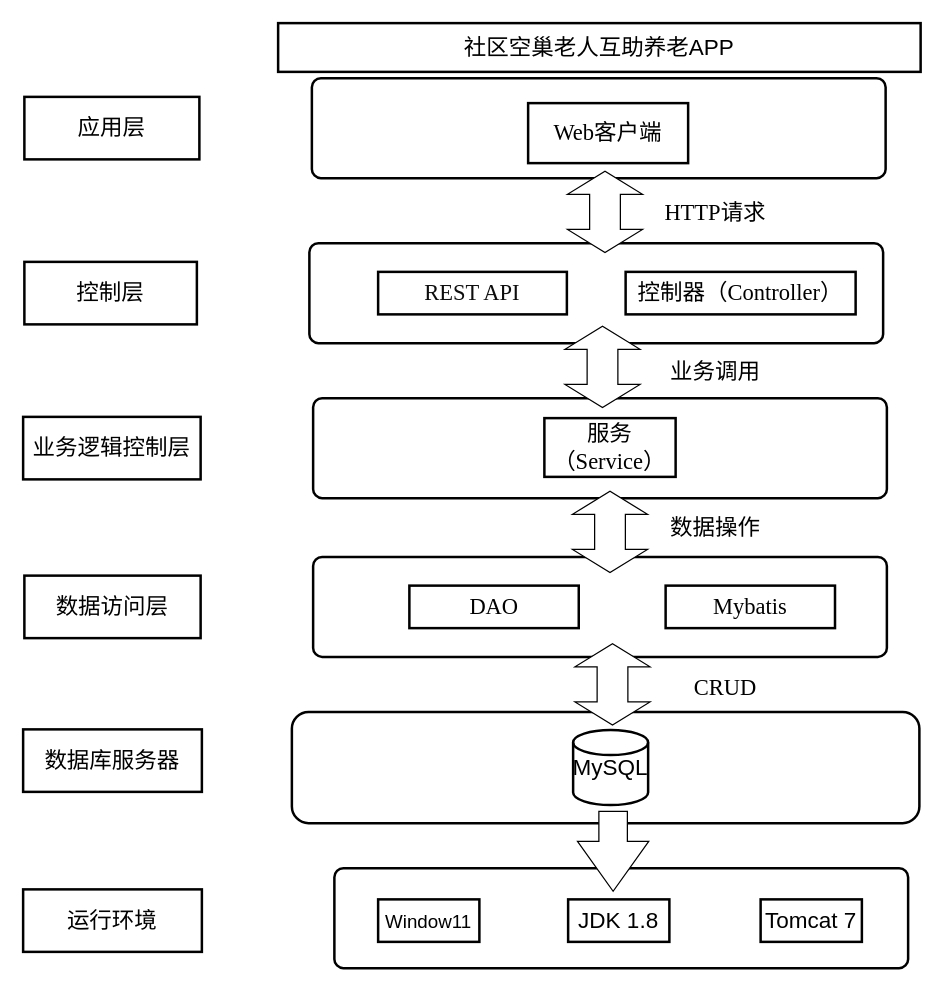
Misgzfg/3d-phone-album keeps this draw.io diagram as 未命名绘图.drawio. Above is the earlier version. Source tidied: cells renumbered, new cells numbered last; positions are measured from the earlier drawing's top-left corner, leaving out a move shared by most shapes. Both pictures are drawn from the tidied source at 125%, with x=0, y=0 at pixel (22, 22).
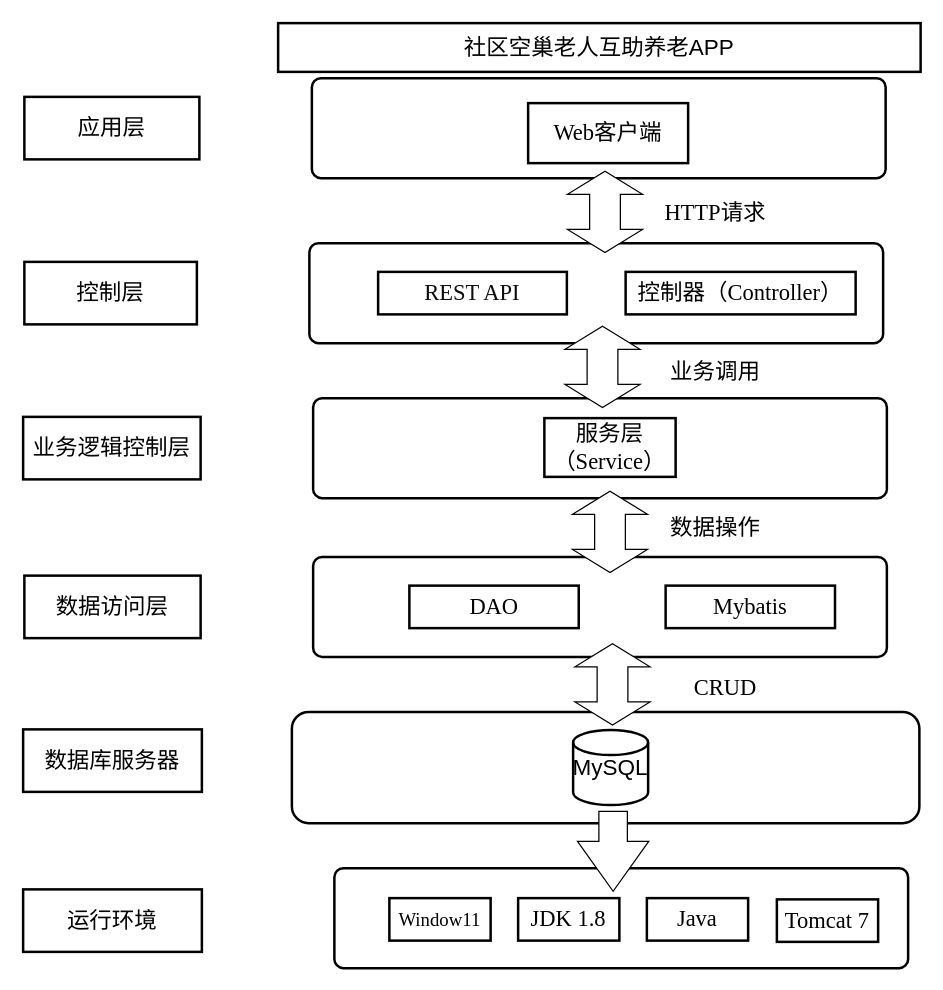
The same page after the edit.

Commit message:
系统框架图.drawio

Diff of the diagram source:
```diff
@@
-    <mxCell id="12" value="&lt;font face=&quot;宋体&quot; style=&quot;font-size: 18px;&quot;&gt;服务&lt;/font&gt;&lt;font style=&quot;font-size: 18px;&quot; face=&quot;Times New Roman&quot;&gt;（Service）&lt;/font&gt;" style="whiteSpace=wrap;html=1;strokeWidth=2;fillColor=swimlane;fontStyle=0;spacingTop=0;rounded=0;arcSize=9;fontFamily=Permanent Marker;hachureGap=8;fillWeight=1;strokeColor=default;" parent="1" vertex="1">
+    <mxCell id="12" value="&lt;font face=&quot;宋体&quot; style=&quot;font-size: 18px;&quot;&gt;服务层&lt;/font&gt;&lt;font style=&quot;font-size: 18px;&quot; face=&quot;Times New Roman&quot;&gt;（Service）&lt;/font&gt;" style="whiteSpace=wrap;html=1;strokeWidth=2;fillColor=swimlane;fontStyle=0;spacingTop=0;rounded=0;arcSize=9;fontFamily=Permanent Marker;hachureGap=8;fillWeight=1;strokeColor=default;" parent="1" vertex="1">
       <mxGeometry x="417" y="316" width="105" height="47" as="geometry" />
     </mxCell>
@@
-    <mxCell id="16" value="&lt;span style=&quot;font-weight: normal;&quot;&gt;&lt;font style=&quot;font-size: 15px;&quot;&gt;Window11&lt;/font&gt;&lt;/span&gt;" style="whiteSpace=wrap;html=1;strokeWidth=2;fillColor=swimlane;fontStyle=1;spacingTop=0;rounded=0;arcSize=9;fontFamily=Permanent Marker;hachureGap=8;fillWeight=1;" parent="1" vertex="1">
-      <mxGeometry x="284" y="701" width="81" height="34" as="geometry" />
+    <mxCell id="16" value="&lt;span style=&quot;font-weight: normal;&quot;&gt;&lt;font face=&quot;Times New Roman&quot; style=&quot;font-size: 15px;&quot;&gt;Window11&lt;/font&gt;&lt;/span&gt;" style="whiteSpace=wrap;html=1;strokeWidth=2;fillColor=swimlane;fontStyle=1;spacingTop=0;rounded=0;arcSize=9;fontFamily=Permanent Marker;hachureGap=8;fillWeight=1;" parent="1" vertex="1">
+      <mxGeometry x="293" y="700" width="81" height="34" as="geometry" />
     </mxCell>
-    <mxCell id="17" value="&lt;span style=&quot;font-family: 宋体; background-image: initial; background-position: initial; background-size: initial; background-repeat: initial; background-attachment: initial; background-origin: initial; background-clip: initial; font-weight: normal;&quot; lang=&quot;EN-US&quot;&gt;&lt;font style=&quot;font-size: 18px;&quot;&gt;JDK 1.8&lt;/font&gt;&lt;/span&gt;" style="whiteSpace=wrap;html=1;strokeWidth=2;fillColor=swimlane;fontStyle=1;spacingTop=0;rounded=0;arcSize=9;fontFamily=Permanent Marker;hachureGap=8;fillWeight=1;" parent="1" vertex="1">
-      <mxGeometry x="436" y="701" width="81" height="34" as="geometry" />
+    <mxCell id="17" value="&lt;span style=&quot;background-image: initial; background-position: initial; background-size: initial; background-repeat: initial; background-attachment: initial; background-origin: initial; background-clip: initial; font-weight: normal;&quot; lang=&quot;EN-US&quot;&gt;&lt;font face=&quot;Times New Roman&quot; style=&quot;font-size: 18px;&quot;&gt;JDK 1.8&lt;/font&gt;&lt;/span&gt;" style="whiteSpace=wrap;html=1;strokeWidth=2;fillColor=swimlane;fontStyle=1;spacingTop=0;rounded=0;arcSize=9;fontFamily=Permanent Marker;hachureGap=8;fillWeight=1;" parent="1" vertex="1">
+      <mxGeometry x="396" y="700" width="81" height="34" as="geometry" />
     </mxCell>
-    <mxCell id="18" value="&lt;span style=&quot;font-family: 宋体; background-image: initial; background-position: initial; background-size: initial; background-repeat: initial; background-attachment: initial; background-origin: initial; background-clip: initial;&quot; lang=&quot;EN-US&quot;&gt;&lt;span style=&quot;font-weight: normal;&quot;&gt;&lt;font style=&quot;font-size: 18px;&quot;&gt;Tomcat 7&lt;/font&gt;&lt;/span&gt;&lt;/span&gt;" style="whiteSpace=wrap;html=1;strokeWidth=2;fillColor=swimlane;fontStyle=1;spacingTop=0;rounded=0;arcSize=9;fontFamily=Permanent Marker;hachureGap=8;fillWeight=1;" parent="1" vertex="1">
-      <mxGeometry x="590" y="701" width="81" height="34" as="geometry" />
+    <mxCell id="18" value="&lt;span style=&quot;background-image: initial; background-position: initial; background-size: initial; background-repeat: initial; background-attachment: initial; background-origin: initial; background-clip: initial;&quot; lang=&quot;EN-US&quot;&gt;&lt;span style=&quot;font-weight: normal;&quot;&gt;&lt;font face=&quot;Times New Roman&quot; style=&quot;font-size: 18px;&quot;&gt;Tomcat 7&lt;/font&gt;&lt;/span&gt;&lt;/span&gt;" style="whiteSpace=wrap;html=1;strokeWidth=2;fillColor=swimlane;fontStyle=1;spacingTop=0;rounded=0;arcSize=9;fontFamily=Permanent Marker;hachureGap=8;fillWeight=1;" parent="1" vertex="1">
+      <mxGeometry x="603" y="701" width="81" height="34" as="geometry" />
     </mxCell>
@@
+    <mxCell id="34" value="&lt;span style=&quot;background-image: initial; background-position: initial; background-size: initial; background-repeat: initial; background-attachment: initial; background-origin: initial; background-clip: initial; font-weight: normal;&quot; lang=&quot;EN-US&quot;&gt;&lt;font face=&quot;Times New Roman&quot; style=&quot;font-size: 18px;&quot;&gt;Java&lt;/font&gt;&lt;/span&gt;" style="whiteSpace=wrap;html=1;strokeWidth=2;fillColor=swimlane;fontStyle=1;spacingTop=0;rounded=0;arcSize=9;fontFamily=Permanent Marker;hachureGap=8;fillWeight=1;" parent="1" vertex="1">
+      <mxGeometry x="499" y="700" width="81" height="34" as="geometry" />
+    </mxCell>
```
